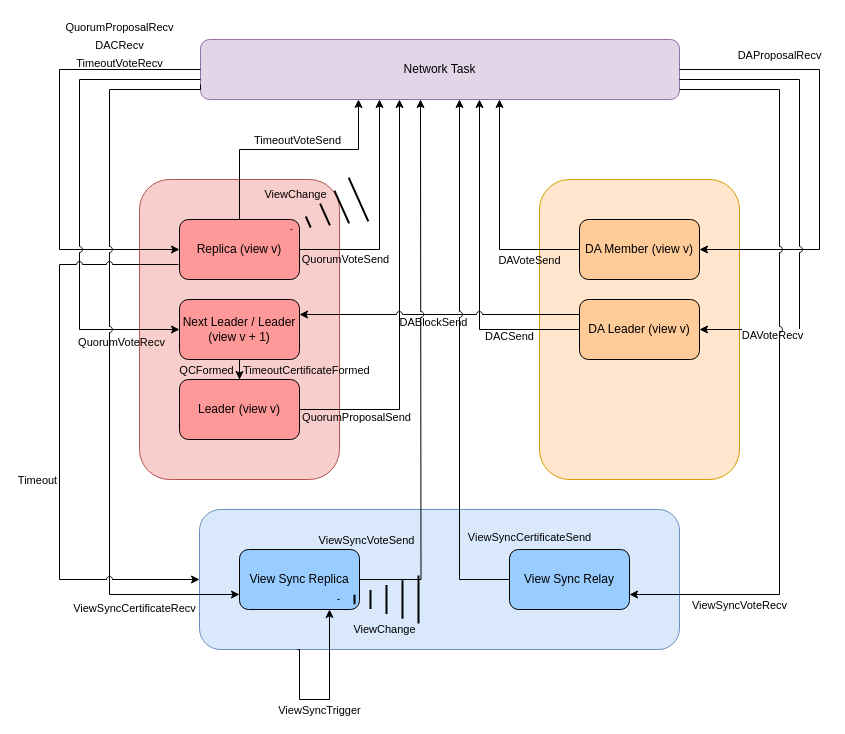
Earlier version of the draw.io diagram crates/task-impls/HotShot_event_architecture.drawio (EspressoSystems/HotShot). Source tidied: cells renumbered, new cells numbered last; positions are measured from the earlier drawing's top-left corner, leaving out a move shared by most shapes. Both pictures are drawn from the tidied source at 100%, with x=0, y=0 at pixel (59, 39).
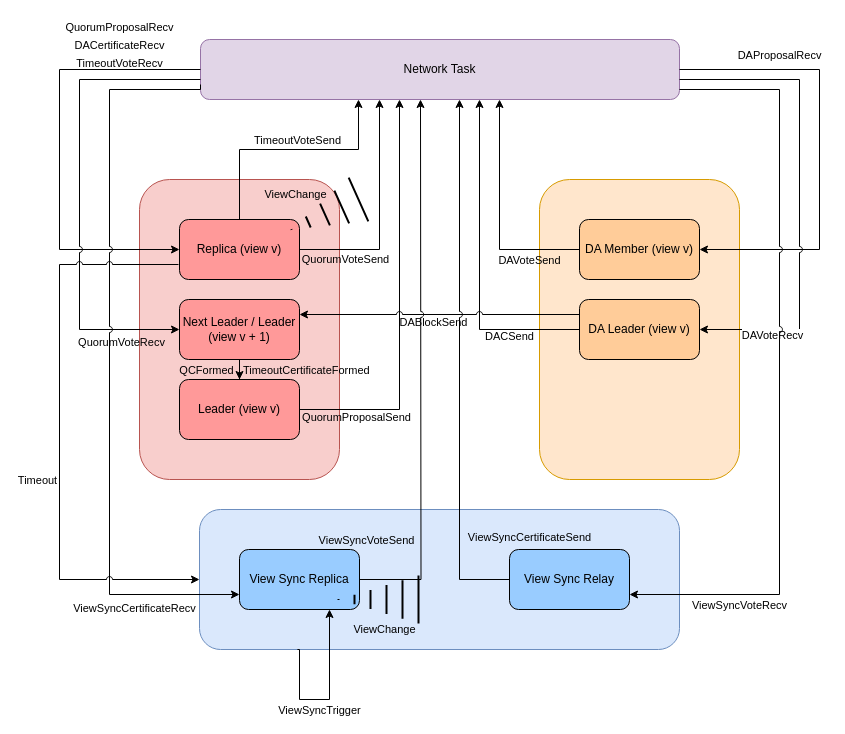
Above is the later version.

The change refers to these unchanged cells:
```xml
<mxCell id="14" style="edgeStyle=orthogonalEdgeStyle;rounded=0;jettySize=auto;html=1;entryX=0;entryY=0.5;entryDx=0;entryDy=0;jumpStyle=arc;" parent="13" edge="1" source="5" target="6">
  <mxGeometry relative="1" as="geometry">
    <Array as="points">
      <mxPoint y="30" />
      <mxPoint y="210" />
    </Array>
  </mxGeometry>
</mxCell>
```

What changed in the source:
```diff
@@
-    <mxCell id="15" value="&lt;div style=&quot;font-size: 11px; line-height: 18px;&quot;&gt;QuorumProposalRecv&lt;/div&gt;&lt;div style=&quot;font-size: 11px; line-height: 18px;&quot;&gt;DACRecv&lt;/div&gt;&lt;div style=&quot;font-size: 11px; line-height: 18px;&quot;&gt;TimeoutVoteRecv&lt;/div&gt;" style="edgeLabel;html=1;align=center;verticalAlign=middle;fontSize=11;labelBackgroundColor=none;fontColor=#000000;" parent="14" vertex="1">
+    <mxCell id="15" value="&lt;div style=&quot;font-size: 11px; line-height: 18px;&quot;&gt;QuorumProposalRecv&lt;/div&gt;&lt;div style=&quot;font-size: 11px; line-height: 18px;&quot;&gt;DACertificateRecv&lt;/div&gt;&lt;div style=&quot;font-size: 11px; line-height: 18px;&quot;&gt;TimeoutVoteRecv&lt;/div&gt;" style="edgeLabel;html=1;align=center;verticalAlign=middle;fontSize=11;labelBackgroundColor=none;fontColor=#000000;" parent="14" vertex="1">
       <mxGeometry x="-0.06" y="-2" relative="1" as="geometry">
         <mxPoint x="61" y="-92" as="offset" />
       </mxGeometry>
     </mxCell>
```
